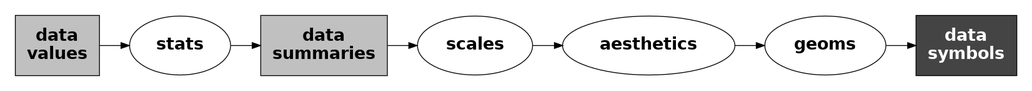
The Graphviz diagram Diagrams/data-stat-scale-aes-geom-sym.png in pmur002/hdvw, before a commit. Its source is kept beside it as Diagrams/data-stat-scale-aes-geom-sym.dot.
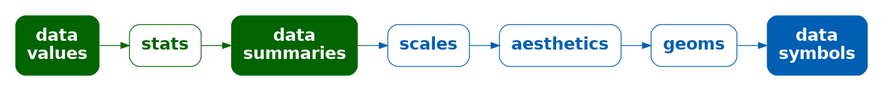
After the commit.

What changed in the source:
```diff
@@ -1,18 +1,18 @@
 digraph {
   graph [ rankdir=LR; margin=.2; nodesep=.5 ];
   node [ fontsize=20; fontname="sans bold"; margin=.2 ];
-  data [ label="data\nvalues"; shape=box; style=filled; fillcolor=gray ]
-  ggstat [ label="stats"; shape=ellipse; ]
-  stat [ label="data\nsummaries"; shape=box; style=filled; fillcolor=gray ]
-  scale [ label="scales"; shape=ellipse; ]
-  aes [ label="aesthetics"; shape=ellipse; ]
-  geom [ label="geoms"; shape=ellipse; ]
+  data [ label="data\nvalues"; shape=box; style="filled, rounded"; penwidth=0; fontcolor=white; fillcolor="#006400" ]
+  ggstat [ label="stats"; shape=box; style=rounded; color="#006400"; fontcolor="#006400" ]
+  stat [ label="data\nsummaries"; shape=box; style="filled, rounded"; penwidth=0; fontcolor=white; fillcolor="#006400" ]
+  scale [ label="scales"; shape=box; style=rounded; color="#005FB2"; fontcolor="#005FB2" ]
+  aes [ label="aesthetics"; shape=box; style=rounded; color="#005FB2"; fontcolor="#005FB2" ]
+  geom [ label="geoms"; shape=box; style=rounded; color="#005FB2"; fontcolor="#005FB2" ]
   sym [ label="data\nsymbols"; shape=box;
-        style=filled; fillcolor="#444444"; fontcolor=white ]
-  data -> ggstat
-  ggstat -> stat
-  stat -> scale
-  scale -> aes
-  aes -> geom
-  geom -> sym
+     style="filled, rounded"; penwidth=0; fontcolor=white; fillcolor="#005FB2" ]
+  data -> ggstat [ color="#006400" ]
+  ggstat -> stat [ color="#006400" ]
+  stat -> scale [ color="#006400;0.1:#006314;0.1:#006328;0.1:#00623B;0.1:#00624F;0.1:#006163;0.1:#006177;0.1:#00608A;0.1:#00609E;0.1:#005FB2;0.1" ]
+  scale -> aes [ color="#005FB2" ]
+  aes -> geom [ color="#005FB2" ]
+  geom -> sym [ color="#005FB2" ]
 }
```
